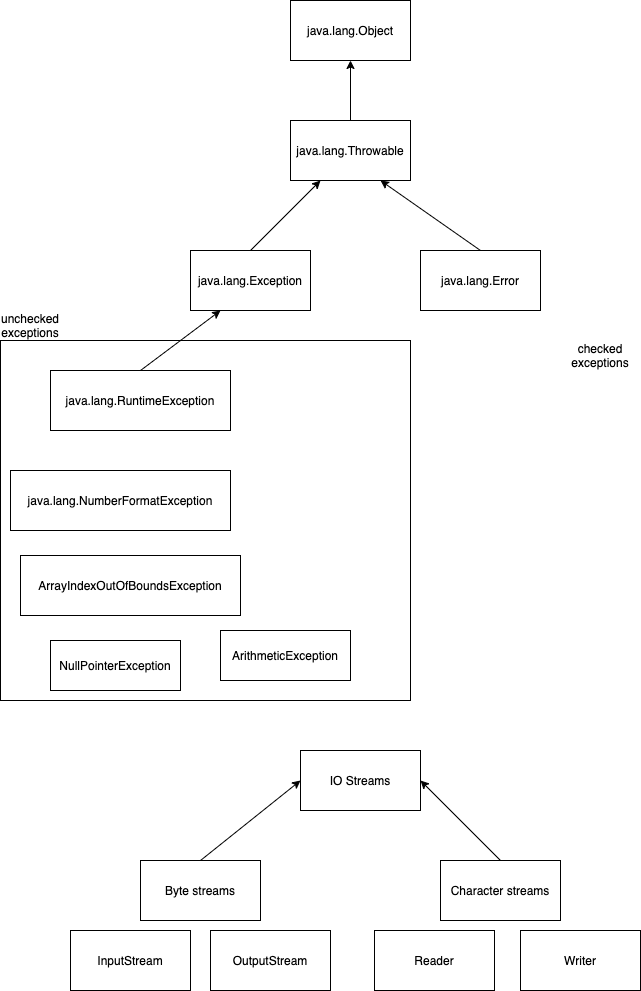
Earlier version of the draw.io export code/day04/concepts.dio.png (kayartaya-vinod/Target-fresher-java-training-feb-2022). Source tidied: cells renumbered, new cells last; positions are measured from the earlier drawing's top-left corner, leaving out a move shared by most shapes. The source it was exported from:
```xml
<mxGraphModel>
  <root>
    <mxCell id="0" />
    <mxCell id="1" parent="0" />
    <mxCell id="2" style="rounded=0;whiteSpace=wrap;html=1;" parent="1" vertex="1">
      <mxGeometry y="340" width="410" height="360" as="geometry" />
    </mxCell>
    <mxCell id="3" value="java.lang.Object" style="rounded=0;whiteSpace=wrap;html=1;" parent="1" vertex="1">
      <mxGeometry x="290" width="120" height="60" as="geometry" />
    </mxCell>
    <mxCell id="4" style="edgeStyle=none;html=1;exitX=0.5;exitY=0;exitDx=0;exitDy=0;entryX=0.5;entryY=1;entryDx=0;entryDy=0;" parent="1" edge="1" source="5" target="3">
      <mxGeometry relative="1" as="geometry" />
    </mxCell>
    <mxCell id="5" value="java.lang.Throwable" style="rounded=0;whiteSpace=wrap;html=1;" parent="1" vertex="1">
      <mxGeometry x="290" y="120" width="120" height="60" as="geometry" />
    </mxCell>
    <mxCell id="6" style="edgeStyle=none;html=1;exitX=0.5;exitY=0;exitDx=0;exitDy=0;entryX=0.25;entryY=1;entryDx=0;entryDy=0;" parent="1" edge="1" source="7" target="5">
      <mxGeometry relative="1" as="geometry" />
    </mxCell>
    <mxCell id="7" value="java.lang.Exception" style="rounded=0;whiteSpace=wrap;html=1;" parent="1" vertex="1">
      <mxGeometry x="190" y="250" width="120" height="60" as="geometry" />
    </mxCell>
    <mxCell id="8" style="edgeStyle=none;html=1;exitX=0.5;exitY=0;exitDx=0;exitDy=0;entryX=0.75;entryY=1;entryDx=0;entryDy=0;" parent="1" edge="1" source="9" target="5">
      <mxGeometry relative="1" as="geometry" />
    </mxCell>
    <mxCell id="9" value="java.lang.Error" style="rounded=0;whiteSpace=wrap;html=1;" parent="1" vertex="1">
      <mxGeometry x="420" y="250" width="120" height="60" as="geometry" />
    </mxCell>
    <mxCell id="10" style="edgeStyle=none;html=1;exitX=0.5;exitY=0;exitDx=0;exitDy=0;entryX=0.25;entryY=1;entryDx=0;entryDy=0;" parent="1" edge="1" source="11" target="7">
      <mxGeometry relative="1" as="geometry" />
    </mxCell>
    <mxCell id="11" value="java.lang.RuntimeException" style="rounded=0;whiteSpace=wrap;html=1;" parent="1" vertex="1">
      <mxGeometry x="50" y="370" width="180" height="60" as="geometry" />
    </mxCell>
    <mxCell id="12" value="unchecked exceptions" style="text;html=1;strokeColor=none;fillColor=none;align=center;verticalAlign=middle;whiteSpace=wrap;rounded=0;" parent="1" vertex="1">
      <mxGeometry y="310" width="60" height="30" as="geometry" />
    </mxCell>
    <mxCell id="13" value="java.lang.NumberFormatException" style="rounded=0;whiteSpace=wrap;html=1;" parent="1" vertex="1">
      <mxGeometry x="10" y="470" width="220" height="60" as="geometry" />
    </mxCell>
    <mxCell id="14" value="ArrayIndexOutOfBoundsException" style="rounded=0;whiteSpace=wrap;html=1;" parent="1" vertex="1">
      <mxGeometry x="20" y="555" width="220" height="60" as="geometry" />
    </mxCell>
    <mxCell id="15" value="NullPointerException" style="rounded=0;whiteSpace=wrap;html=1;" parent="1" vertex="1">
      <mxGeometry x="50" y="640" width="130" height="50" as="geometry" />
    </mxCell>
    <mxCell id="16" value="ArithmeticException" style="rounded=0;whiteSpace=wrap;html=1;" parent="1" vertex="1">
      <mxGeometry x="220" y="630" width="130" height="50" as="geometry" />
    </mxCell>
    <mxCell id="17" value="checked exceptions" style="text;html=1;strokeColor=none;fillColor=none;align=center;verticalAlign=middle;whiteSpace=wrap;rounded=0;" parent="1" vertex="1">
      <mxGeometry x="570" y="340" width="60" height="30" as="geometry" />
    </mxCell>
    <mxCell id="18" value="IO Streams" style="rounded=0;whiteSpace=wrap;html=1;" parent="1" vertex="1">
      <mxGeometry x="300" y="750" width="120" height="60" as="geometry" />
    </mxCell>
    <mxCell id="19" style="edgeStyle=none;html=1;exitX=0.5;exitY=0;exitDx=0;exitDy=0;entryX=0;entryY=0.5;entryDx=0;entryDy=0;" parent="1" edge="1" source="20" target="18">
      <mxGeometry relative="1" as="geometry" />
    </mxCell>
    <mxCell id="20" value="Byte streams" style="rounded=0;whiteSpace=wrap;html=1;" parent="1" vertex="1">
      <mxGeometry x="140" y="860" width="120" height="60" as="geometry" />
    </mxCell>
    <mxCell id="21" style="edgeStyle=none;html=1;exitX=0.5;exitY=0;exitDx=0;exitDy=0;entryX=1;entryY=0.5;entryDx=0;entryDy=0;" parent="1" edge="1" source="22" target="18">
      <mxGeometry relative="1" as="geometry" />
    </mxCell>
    <mxCell id="22" value="Character streams" style="rounded=0;whiteSpace=wrap;html=1;" parent="1" vertex="1">
      <mxGeometry x="440" y="860" width="120" height="60" as="geometry" />
    </mxCell>
    <mxCell id="23" value="InputStream" style="rounded=0;whiteSpace=wrap;html=1;" parent="1" vertex="1">
      <mxGeometry x="70" y="930" width="120" height="60" as="geometry" />
    </mxCell>
    <mxCell id="24" value="OutputStream" style="rounded=0;whiteSpace=wrap;html=1;" parent="1" vertex="1">
      <mxGeometry x="210" y="930" width="120" height="60" as="geometry" />
    </mxCell>
    <mxCell id="25" value="Reader" style="rounded=0;whiteSpace=wrap;html=1;" parent="1" vertex="1">
      <mxGeometry x="374" y="930" width="120" height="60" as="geometry" />
    </mxCell>
    <mxCell id="26" value="Writer" style="rounded=0;whiteSpace=wrap;html=1;" parent="1" vertex="1">
      <mxGeometry x="520" y="930" width="120" height="60" as="geometry" />
    </mxCell>
  </root>
</mxGraphModel>
```
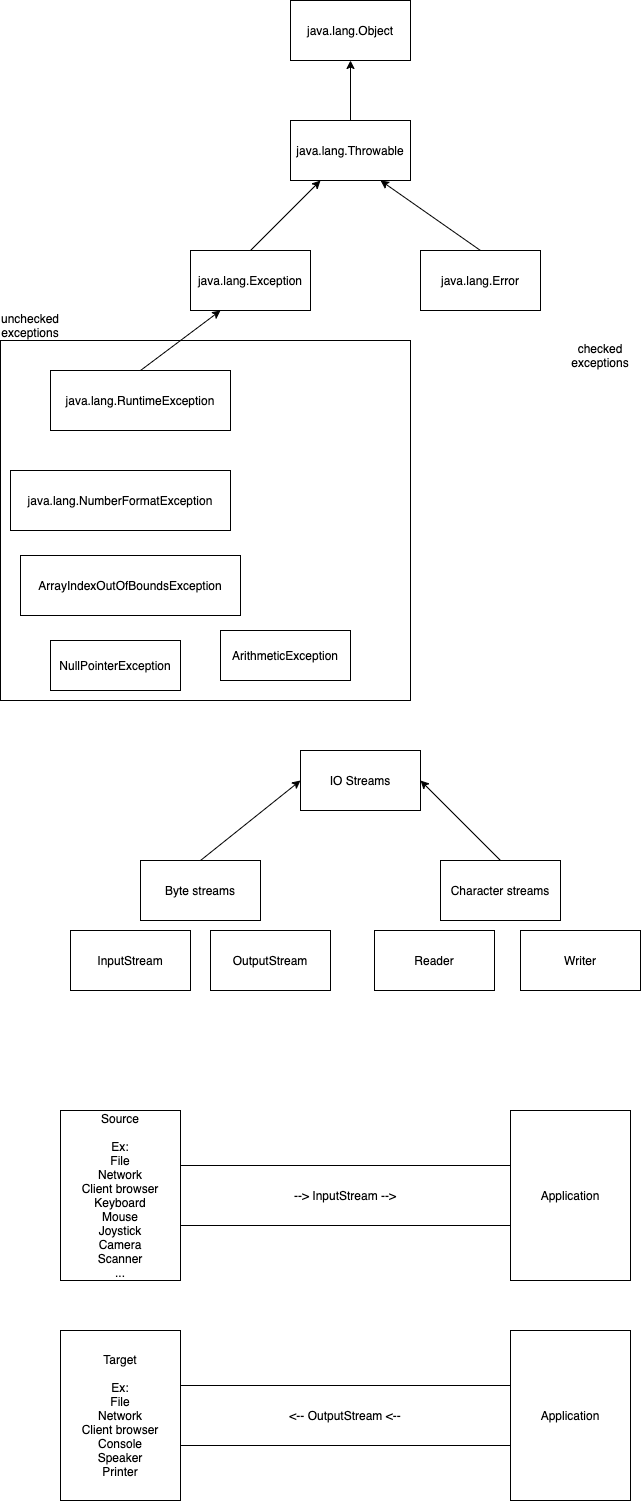
The same file after the commit.

The edit, as a diff of the source:
```diff
@@ -77,5 +77,23 @@
     <mxCell id="26" value="Writer" style="rounded=0;whiteSpace=wrap;html=1;" parent="1" vertex="1">
       <mxGeometry x="520" y="930" width="120" height="60" as="geometry" />
     </mxCell>
+    <mxCell id="27" value="Source&lt;br&gt;&lt;br&gt;Ex:&lt;br&gt;File&lt;br&gt;Network&lt;br&gt;Client browser&lt;br&gt;Keyboard&lt;br&gt;Mouse&lt;br&gt;Joystick&lt;br&gt;Camera&lt;br&gt;Scanner&lt;br&gt;..." style="rounded=0;whiteSpace=wrap;html=1;" parent="1" vertex="1">
+      <mxGeometry x="60" y="1110" width="120" height="170" as="geometry" />
+    </mxCell>
+    <mxCell id="28" value="Application" style="rounded=0;whiteSpace=wrap;html=1;" parent="1" vertex="1">
+      <mxGeometry x="510" y="1110" width="120" height="170" as="geometry" />
+    </mxCell>
+    <mxCell id="29" value="--&amp;gt; InputStream --&amp;gt;" style="rounded=0;whiteSpace=wrap;html=1;" parent="1" vertex="1">
+      <mxGeometry x="180" y="1165" width="330" height="60" as="geometry" />
+    </mxCell>
+    <mxCell id="30" value="Target&lt;br&gt;&lt;br&gt;Ex:&lt;br&gt;File&lt;br&gt;Network&lt;br&gt;Client browser&lt;br&gt;Console&lt;br&gt;Speaker&lt;br&gt;Printer" style="rounded=0;whiteSpace=wrap;html=1;" parent="1" vertex="1">
+      <mxGeometry x="60" y="1330" width="120" height="170" as="geometry" />
+    </mxCell>
+    <mxCell id="31" value="Application" style="rounded=0;whiteSpace=wrap;html=1;" parent="1" vertex="1">
+      <mxGeometry x="510" y="1330" width="120" height="170" as="geometry" />
+    </mxCell>
+    <mxCell id="32" value="&amp;lt;-- OutputStream &amp;lt;--" style="rounded=0;whiteSpace=wrap;html=1;" parent="1" vertex="1">
+      <mxGeometry x="180" y="1385" width="330" height="60" as="geometry" />
+    </mxCell>
   </root>
 </mxGraphModel>
```
